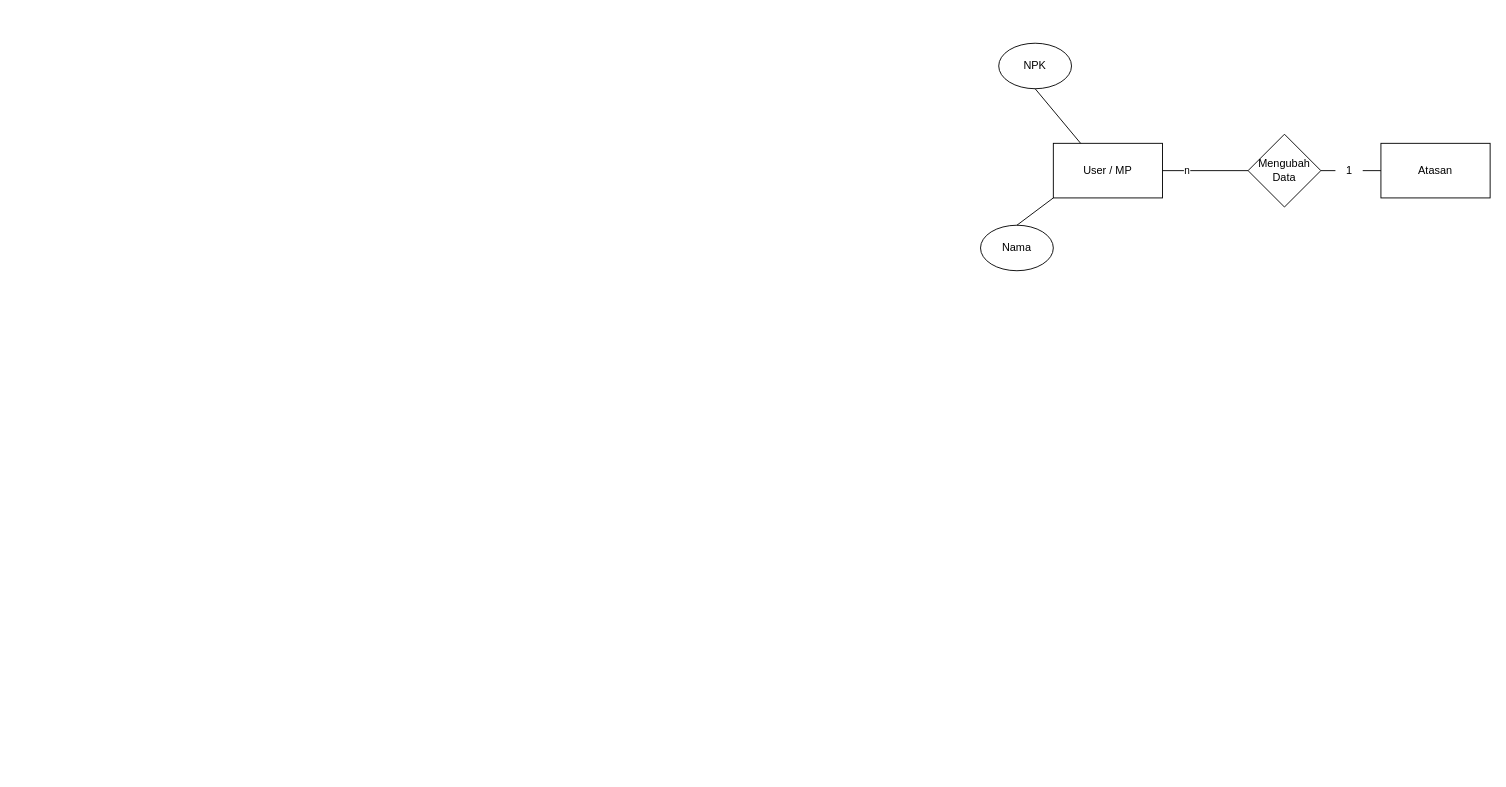
Earlier version of the draw.io diagram page "ERD" (2 of 6) of ERDS1AR/ERD S1AR.drawio (magang-aiia/ERD-Diagram). Source tidied: cells renumbered, new cells numbered last; positions are measured from the earlier drawing's top-left corner, leaving out a move shared by most shapes. Both pictures are drawn from the tidied source at 91%, with x=0, y=0 at pixel (980, 43).
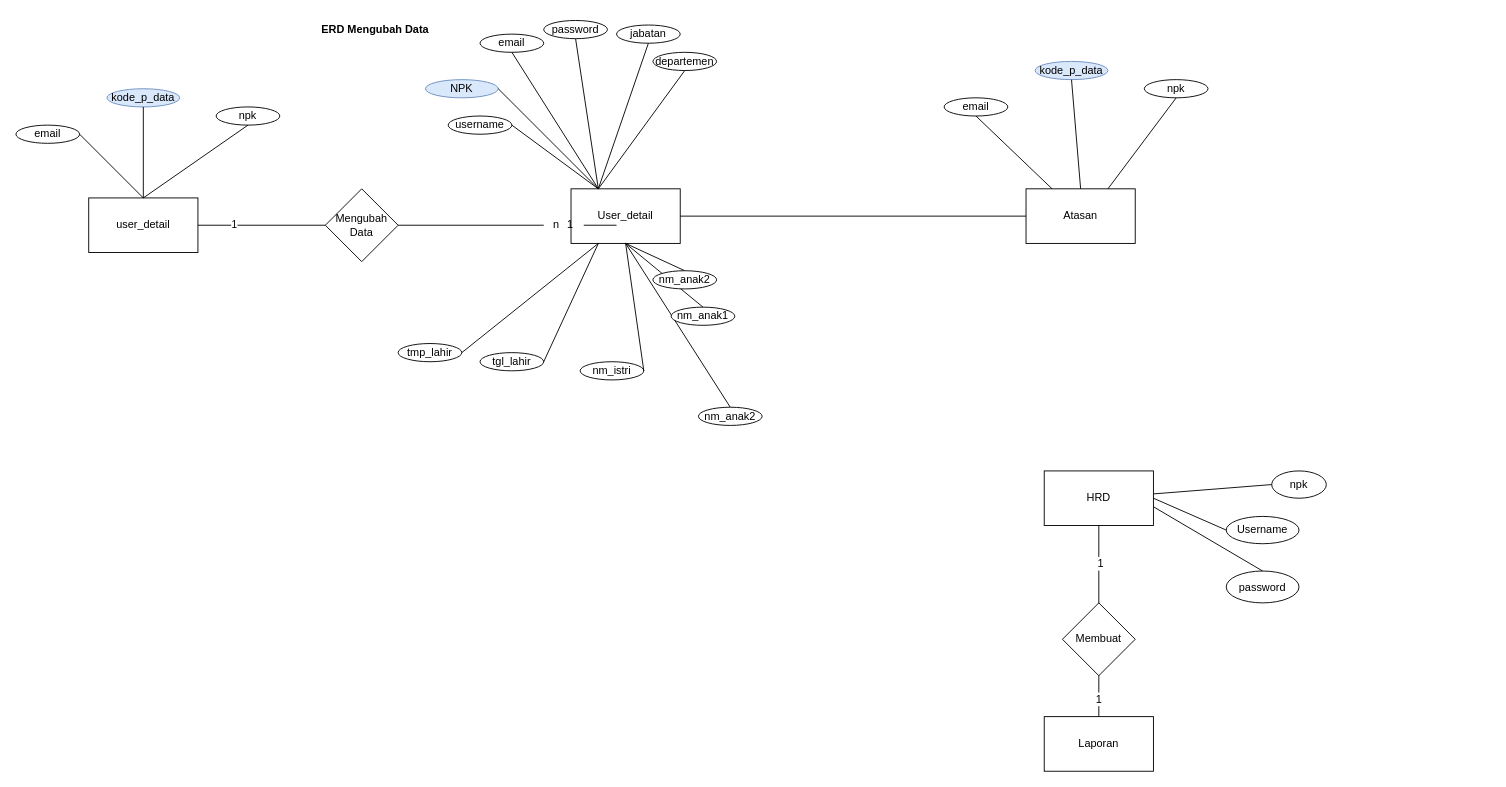
The same diagram, later.

Change to the diagram source:
```diff
@@
-    <mxCell id="2" value="User / MP" style="rounded=0;whiteSpace=wrap;html=1;" parent="1" vertex="1">
-      <mxGeometry x="80" y="110" width="120" height="60" as="geometry" />
+    <mxCell id="2" value="User_detail" style="rounded=0;whiteSpace=wrap;html=1;" parent="1" vertex="1">
+      <mxGeometry x="-450" y="160" width="120" height="60" as="geometry" />
     </mxCell>
-    <mxCell id="3" value="Atasan" style="rounded=0;whiteSpace=wrap;html=1;" parent="1" vertex="1">
-      <mxGeometry x="440" y="110" width="120" height="60" as="geometry" />
+    <mxCell id="3" value="user_detail" style="rounded=0;whiteSpace=wrap;html=1;" parent="1" vertex="1">
+      <mxGeometry x="-980" y="170" width="120" height="60" as="geometry" />
     </mxCell>
-    <mxCell id="4" style="endArrow=none;html=1;rounded=0;exitX=1;exitY=0.5;exitDx=0;exitDy=0;entryX=0;entryY=0.5;entryDx=0;entryDy=0;startArrow=none;" parent="1" edge="1" source="8" target="3">
-      <mxGeometry relative="1" as="geometry" />
+    <mxCell id="4" style="endArrow=none;html=1;rounded=0;exitX=1;exitY=0.5;exitDx=0;exitDy=0;entryX=0;entryY=0.5;entryDx=0;entryDy=0;startArrow=none;" parent="1" edge="1" source="8">
+      <mxGeometry relative="1" as="geometry">
+        <mxPoint x="-400" y="200" as="targetPoint" />
+      </mxGeometry>
     </mxCell>
     <mxCell id="5" value="Mengubah Data" style="rhombus;whiteSpace=wrap;html=1;" parent="1" vertex="1">
-      <mxGeometry x="294" y="100" width="80" height="80" as="geometry" />
+      <mxGeometry x="-720" y="160" width="80" height="80" as="geometry" />
     </mxCell>
-    <mxCell id="6" style="endArrow=none;html=1;rounded=0;exitX=1;exitY=0.5;exitDx=0;exitDy=0;entryX=0;entryY=0.5;entryDx=0;entryDy=0;" parent="1" edge="1" source="2" target="5">
+    <mxCell id="6" style="endArrow=none;html=1;rounded=0;exitX=1;exitY=0.5;exitDx=0;exitDy=0;entryX=0;entryY=0.5;entryDx=0;entryDy=0;" parent="1" edge="1" source="3" target="5">
       <mxGeometry relative="1" as="geometry" />
     </mxCell>
-    <mxCell id="7" value="n" style="edgeLabel;html=1;align=center;verticalAlign=middle;" parent="6" vertex="1">
+    <mxCell id="7" value="1" style="edgeLabel;html=1;align=center;verticalAlign=middle;" parent="6" vertex="1">
       <mxGeometry x="-0.45" y="1" relative="1" as="geometry" />
     </mxCell>
     <mxCell id="8" value="1" style="text;html=1;align=center;verticalAlign=middle;points=[];strokeColor=none;fillColor=none;" parent="1" vertex="1">
-      <mxGeometry x="390" y="125" width="30" height="30" as="geometry" />
+      <mxGeometry x="-466" y="185" width="30" height="30" as="geometry" />
     </mxCell>
-    <mxCell id="9" style="endArrow=none;html=1;rounded=0;exitX=1;exitY=0.5;exitDx=0;exitDy=0;entryX=0;entryY=0.5;entryDx=0;entryDy=0;startArrow=none;" parent="1" edge="1" source="5" target="8">
-      <mxGeometry relative="1" as="geometry" />
+    <mxCell id="9" style="endArrow=none;html=1;rounded=0;exitX=1;exitY=0.5;exitDx=0;exitDy=0;startArrow=none;" parent="1" edge="1" source="5">
+      <mxGeometry relative="1" as="geometry">
+        <mxPoint x="-480" y="200" as="targetPoint" />
+      </mxGeometry>
     </mxCell>
-    <mxCell id="10" value="NPK" style="ellipse;whiteSpace=wrap;html=1;" parent="1" vertex="1">
-      <mxGeometry x="20" width="80" height="50" as="geometry" />
+    <mxCell id="10" value="email" style="ellipse;whiteSpace=wrap;html=1;" parent="1" vertex="1">
+      <mxGeometry x="-550" y="-10" width="70" height="20" as="geometry" />
     </mxCell>
-    <mxCell id="11" value="Nama" style="ellipse;whiteSpace=wrap;html=1;" parent="1" vertex="1">
-      <mxGeometry y="200" width="80" height="50" as="geometry" />
+    <mxCell id="11" value="username" style="ellipse;whiteSpace=wrap;html=1;" parent="1" vertex="1">
+      <mxGeometry x="-585" y="80" width="70" height="20" as="geometry" />
     </mxCell>
@@
-    <mxCell id="13" style="endArrow=none;html=1;rounded=0;exitX=0.5;exitY=0;exitDx=0;exitDy=0;entryX=0;entryY=1;entryDx=0;entryDy=0;" parent="1" edge="1" source="11" target="2">
+    <mxCell id="13" style="endArrow=none;html=1;rounded=0;exitX=1;exitY=0.5;exitDx=0;exitDy=0;entryX=0.25;entryY=0;entryDx=0;entryDy=0;" parent="1" edge="1" source="11" target="2">
       <mxGeometry relative="1" as="geometry" />
     </mxCell>
+    <mxCell id="14" value="NPK" style="ellipse;whiteSpace=wrap;html=1;fillColor=#dae8fc;strokeColor=#6c8ebf;" parent="1" vertex="1">
+      <mxGeometry x="-610" y="40" width="80" height="20" as="geometry" />
+    </mxCell>
+    <mxCell id="15" style="endArrow=none;html=1;rounded=0;exitX=1;exitY=0.5;exitDx=0;exitDy=0;" parent="1" edge="1" source="14" target="2">
+      <mxGeometry relative="1" as="geometry" />
+    </mxCell>
+    <mxCell id="16" value="password" style="ellipse;whiteSpace=wrap;html=1;" parent="1" vertex="1">
+      <mxGeometry x="-480" y="-25" width="70" height="20" as="geometry" />
+    </mxCell>
+    <mxCell id="17" style="endArrow=none;html=1;rounded=0;exitX=0.5;exitY=1;exitDx=0;exitDy=0;entryX=0.25;entryY=0;entryDx=0;entryDy=0;" parent="1" edge="1" source="16" target="2">
+      <mxGeometry relative="1" as="geometry" />
+    </mxCell>
+    <mxCell id="18" value="jabatan" style="ellipse;whiteSpace=wrap;html=1;" parent="1" vertex="1">
+      <mxGeometry x="-400" y="-20" width="70" height="20" as="geometry" />
+    </mxCell>
+    <mxCell id="19" style="endArrow=none;html=1;rounded=0;exitX=0.5;exitY=1;exitDx=0;exitDy=0;" parent="1" edge="1" source="18">
+      <mxGeometry relative="1" as="geometry">
+        <mxPoint x="-420" y="160" as="targetPoint" />
+      </mxGeometry>
+    </mxCell>
+    <mxCell id="20" value="departemen" style="ellipse;whiteSpace=wrap;html=1;" parent="1" vertex="1">
+      <mxGeometry x="-360" y="10" width="70" height="20" as="geometry" />
+    </mxCell>
+    <mxCell id="21" style="endArrow=none;html=1;rounded=0;exitX=0.5;exitY=1;exitDx=0;exitDy=0;entryX=0.25;entryY=0;entryDx=0;entryDy=0;" parent="1" edge="1" source="20" target="2">
+      <mxGeometry relative="1" as="geometry" />
+    </mxCell>
+    <mxCell id="22" style="endArrow=none;html=1;rounded=0;exitX=0.5;exitY=0;exitDx=0;exitDy=0;entryX=0.5;entryY=1;entryDx=0;entryDy=0;startArrow=none;" parent="1" edge="1" source="32" target="2">
+      <mxGeometry relative="1" as="geometry" />
+    </mxCell>
+    <mxCell id="23" style="endArrow=none;html=1;rounded=0;exitX=0.5;exitY=0;exitDx=0;exitDy=0;startArrow=none;" parent="1" edge="1" source="33">
+      <mxGeometry relative="1" as="geometry">
+        <mxPoint x="-390" y="220" as="targetPoint" />
+      </mxGeometry>
+    </mxCell>
+    <mxCell id="24" value="nm_anak1" style="ellipse;whiteSpace=wrap;html=1;" parent="1" vertex="1">
+      <mxGeometry x="-340" y="290" width="70" height="20" as="geometry" />
+    </mxCell>
+    <mxCell id="25" style="endArrow=none;html=1;rounded=0;entryX=0.5;entryY=1;entryDx=0;entryDy=0;exitX=0.5;exitY=0;exitDx=0;exitDy=0;" parent="1" edge="1" source="24" target="2">
+      <mxGeometry relative="1" as="geometry" />
+    </mxCell>
+    <mxCell id="26" value="nm_istri" style="ellipse;whiteSpace=wrap;html=1;" parent="1" vertex="1">
+      <mxGeometry x="-440" y="350" width="70" height="20" as="geometry" />
+    </mxCell>
+    <mxCell id="27" style="endArrow=none;html=1;rounded=0;exitX=1;exitY=0.5;exitDx=0;exitDy=0;entryX=0.5;entryY=1;entryDx=0;entryDy=0;" parent="1" edge="1" source="26" target="2">
+      <mxGeometry relative="1" as="geometry" />
+    </mxCell>
+    <mxCell id="28" value="tgl_lahir" style="ellipse;whiteSpace=wrap;html=1;" parent="1" vertex="1">
+      <mxGeometry x="-550" y="340" width="70" height="20" as="geometry" />
+    </mxCell>
+    <mxCell id="29" style="endArrow=none;html=1;rounded=0;exitX=1;exitY=0.5;exitDx=0;exitDy=0;entryX=0.25;entryY=1;entryDx=0;entryDy=0;" parent="1" edge="1" source="28" target="2">
+      <mxGeometry relative="1" as="geometry" />
+    </mxCell>
+    <mxCell id="30" value="tmp_lahir" style="ellipse;whiteSpace=wrap;html=1;" parent="1" vertex="1">
+      <mxGeometry x="-640" y="330" width="70" height="20" as="geometry" />
+    </mxCell>
+    <mxCell id="31" style="endArrow=none;html=1;rounded=0;exitX=1;exitY=0.5;exitDx=0;exitDy=0;entryX=0.25;entryY=1;entryDx=0;entryDy=0;" parent="1" edge="1" source="30" target="2">
+      <mxGeometry relative="1" as="geometry" />
+    </mxCell>
+    <mxCell id="32" value="nm_anak2" style="ellipse;whiteSpace=wrap;html=1;" parent="1" vertex="1">
+      <mxGeometry x="-360" y="250" width="70" height="20" as="geometry" />
+    </mxCell>
+    <mxCell id="33" value="nm_anak2&lt;br&gt;" style="ellipse;whiteSpace=wrap;html=1;" parent="1" vertex="1">
+      <mxGeometry x="-310" y="400" width="70" height="20" as="geometry" />
+    </mxCell>
+    <mxCell id="34" value="email" style="ellipse;whiteSpace=wrap;html=1;" parent="1" vertex="1">
+      <mxGeometry x="-1060" y="90" width="70" height="20" as="geometry" />
+    </mxCell>
+    <mxCell id="35" style="endArrow=none;html=1;rounded=0;exitX=1;exitY=0.5;exitDx=0;exitDy=0;entryX=0.5;entryY=0;entryDx=0;entryDy=0;" parent="1" edge="1" source="34" target="3">
+      <mxGeometry relative="1" as="geometry" />
+    </mxCell>
+    <mxCell id="36" value="kode_p_data" style="ellipse;whiteSpace=wrap;html=1;fillColor=#dae8fc;strokeColor=#6c8ebf;" parent="1" vertex="1">
+      <mxGeometry x="-960" y="50" width="80" height="20" as="geometry" />
+    </mxCell>
+    <mxCell id="37" style="endArrow=none;html=1;rounded=0;entryX=0.5;entryY=0;entryDx=0;entryDy=0;exitX=0.5;exitY=1;exitDx=0;exitDy=0;" parent="1" edge="1" source="36" target="3">
+      <mxGeometry relative="1" as="geometry" />
+    </mxCell>
+    <mxCell id="38" value="npk" style="ellipse;whiteSpace=wrap;html=1;" parent="1" vertex="1">
+      <mxGeometry x="-840" y="70" width="70" height="20" as="geometry" />
+    </mxCell>
+    <mxCell id="39" style="endArrow=none;html=1;rounded=0;exitX=0.5;exitY=1;exitDx=0;exitDy=0;entryX=0.5;entryY=0;entryDx=0;entryDy=0;" parent="1" edge="1" source="38" target="3">
+      <mxGeometry relative="1" as="geometry" />
+    </mxCell>
+    <mxCell id="40" value="HRD" style="rounded=0;whiteSpace=wrap;html=1;" parent="1" vertex="1">
+      <mxGeometry x="70" y="470" width="120" height="60" as="geometry" />
+    </mxCell>
+    <mxCell id="41" value="Username" style="ellipse;whiteSpace=wrap;html=1;fontSize=12;" parent="1" vertex="1">
+      <mxGeometry x="270" y="520" width="80" height="30" as="geometry" />
+    </mxCell>
+    <mxCell id="42" value="npk" style="ellipse;whiteSpace=wrap;html=1;fontSize=12;" parent="1" vertex="1">
+      <mxGeometry x="320" y="470" width="60" height="30" as="geometry" />
+    </mxCell>
+    <mxCell id="43" value="password" style="ellipse;whiteSpace=wrap;html=1;fontSize=12;" parent="1" vertex="1">
+      <mxGeometry x="270" y="580" width="80" height="35" as="geometry" />
+    </mxCell>
+    <mxCell id="44" style="endArrow=none;html=1;rounded=0;fontSize=12;entryX=1;entryY=0.5;entryDx=0;entryDy=0;exitX=0;exitY=0.5;exitDx=0;exitDy=0;" parent="1" edge="1" source="41" target="40">
+      <mxGeometry relative="1" as="geometry" />
+    </mxCell>
+    <mxCell id="45" style="endArrow=none;html=1;rounded=0;fontSize=12;exitX=0.5;exitY=0;exitDx=0;exitDy=0;entryX=1.005;entryY=0.662;entryDx=0;entryDy=0;entryPerimeter=0;" parent="1" edge="1" source="43" target="40">
+      <mxGeometry relative="1" as="geometry" />
+    </mxCell>
+    <mxCell id="46" style="endArrow=none;html=1;rounded=0;fontSize=12;exitX=0;exitY=0.5;exitDx=0;exitDy=0;" parent="1" edge="1" source="42" target="40">
+      <mxGeometry relative="1" as="geometry" />
+    </mxCell>
+    <mxCell id="47" value="Laporan" style="rounded=0;whiteSpace=wrap;html=1;fontSize=12;" parent="1" vertex="1">
+      <mxGeometry x="70" y="740" width="120" height="60" as="geometry" />
+    </mxCell>
+    <mxCell id="48" style="endArrow=none;html=1;rounded=0;fontSize=12;entryX=0.5;entryY=1;entryDx=0;entryDy=0;" parent="1" edge="1" source="47" target="40">
+      <mxGeometry relative="1" as="geometry" />
+    </mxCell>
+    <mxCell id="49" value="1" style="edgeLabel;html=1;align=center;verticalAlign=middle;fontSize=12;" parent="48" vertex="1">
+      <mxGeometry x="0.61" y="-1" relative="1" as="geometry" />
+    </mxCell>
+    <mxCell id="50" value="1" style="edgeLabel;html=1;align=center;verticalAlign=middle;fontSize=12;" parent="48" vertex="1">
+      <mxGeometry x="-0.81" y="1" relative="1" as="geometry" />
+    </mxCell>
+    <mxCell id="51" value="Membuat" style="rhombus;whiteSpace=wrap;html=1;fontSize=12;" parent="1" vertex="1">
+      <mxGeometry x="90" y="615" width="80" height="80" as="geometry" />
+    </mxCell>
+    <mxCell id="52" value="&lt;b&gt;ERD Mengubah Data&lt;/b&gt;" style="text;html=1;strokeColor=none;fillColor=none;align=center;verticalAlign=middle;whiteSpace=wrap;rounded=0;fontSize=12;" parent="1" vertex="1">
+      <mxGeometry x="-750" y="-30" width="170" height="30" as="geometry" />
+    </mxCell>
+    <mxCell id="53" value="n" style="text;html=1;strokeColor=none;fillColor=none;align=center;verticalAlign=middle;whiteSpace=wrap;rounded=0;fontSize=12;" parent="1" vertex="1">
+      <mxGeometry x="-496" y="185" width="60" height="30" as="geometry" />
+    </mxCell>
+    <mxCell id="54" style="endArrow=none;html=1;rounded=0;fontSize=12;exitX=1;exitY=0.5;exitDx=0;exitDy=0;startArrow=none;entryX=0;entryY=0.5;entryDx=0;entryDy=0;" parent="1" edge="1" source="55" target="55">
+      <mxGeometry relative="1" as="geometry" />
+    </mxCell>
+    <mxCell id="55" value="Atasan" style="rounded=0;whiteSpace=wrap;html=1;fontSize=12;" parent="1" vertex="1">
+      <mxGeometry x="50" y="160" width="120" height="60" as="geometry" />
+    </mxCell>
+    <mxCell id="56" style="endArrow=none;html=1;rounded=0;fontSize=12;exitX=1;exitY=0.5;exitDx=0;exitDy=0;" parent="1" edge="1" source="2" target="55">
+      <mxGeometry relative="1" as="geometry" />
+    </mxCell>
+    <mxCell id="57" value="email" style="ellipse;whiteSpace=wrap;html=1;" parent="1" vertex="1">
+      <mxGeometry x="-40" y="60" width="70" height="20" as="geometry" />
+    </mxCell>
+    <mxCell id="58" value="kode_p_data" style="ellipse;whiteSpace=wrap;html=1;fillColor=#dae8fc;strokeColor=#6c8ebf;" parent="1" vertex="1">
+      <mxGeometry x="60" y="20" width="80" height="20" as="geometry" />
+    </mxCell>
+    <mxCell id="59" value="npk" style="ellipse;whiteSpace=wrap;html=1;" parent="1" vertex="1">
+      <mxGeometry x="180" y="40" width="70" height="20" as="geometry" />
+    </mxCell>
+    <mxCell id="60" style="endArrow=none;html=1;rounded=0;fontSize=12;entryX=0.5;entryY=1;entryDx=0;entryDy=0;" parent="1" edge="1" source="55" target="57">
+      <mxGeometry relative="1" as="geometry" />
+    </mxCell>
+    <mxCell id="61" style="endArrow=none;html=1;rounded=0;fontSize=12;entryX=0.5;entryY=1;entryDx=0;entryDy=0;exitX=0.5;exitY=0;exitDx=0;exitDy=0;" parent="1" edge="1" source="55" target="58">
+      <mxGeometry relative="1" as="geometry" />
+    </mxCell>
+    <mxCell id="62" style="endArrow=none;html=1;rounded=0;fontSize=12;entryX=0.5;entryY=1;entryDx=0;entryDy=0;exitX=0.75;exitY=0;exitDx=0;exitDy=0;" parent="1" edge="1" source="55" target="59">
+      <mxGeometry relative="1" as="geometry" />
+    </mxCell>
```
